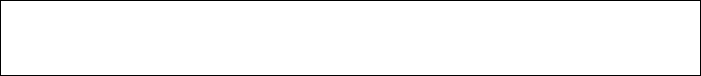
This is Assets/Images/700x75.png from sskyh0208/judo, a draw.io export, as it was before one commit. Source tidied: cells renumbered, new cells last; positions are measured from the earlier drawing's top-left corner, leaving out a move shared by most shapes. The source it was exported from:
```xml
<mxGraphModel>
  <root>
    <mxCell id="0" />
    <mxCell id="1" parent="0" />
    <mxCell id="2" style="rounded=0;whiteSpace=wrap;html=1;fillColor=none;" parent="1" vertex="1">
      <mxGeometry width="700" height="75" as="geometry" />
    </mxCell>
  </root>
</mxGraphModel>
```
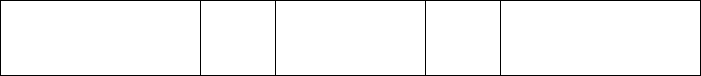
Above is the later version.

Change to the diagram source:
```diff
@@ -5,5 +5,17 @@
     <mxCell id="2" style="rounded=0;whiteSpace=wrap;html=1;fillColor=none;" parent="1" vertex="1">
       <mxGeometry width="700" height="75" as="geometry" />
     </mxCell>
+    <mxCell id="3" style="rounded=0;whiteSpace=wrap;html=1;fillColor=none;" parent="1" vertex="1">
+      <mxGeometry width="200" height="75" as="geometry" />
+    </mxCell>
+    <mxCell id="4" style="rounded=0;whiteSpace=wrap;html=1;fillColor=none;" parent="1" vertex="1">
+      <mxGeometry x="500" width="200" height="75" as="geometry" />
+    </mxCell>
+    <mxCell id="5" style="rounded=0;whiteSpace=wrap;html=1;fillColor=none;" parent="1" vertex="1">
+      <mxGeometry x="200" width="75" height="75" as="geometry" />
+    </mxCell>
+    <mxCell id="6" style="rounded=0;whiteSpace=wrap;html=1;fillColor=none;" parent="1" vertex="1">
+      <mxGeometry x="425" width="75" height="75" as="geometry" />
+    </mxCell>
   </root>
 </mxGraphModel>
```
